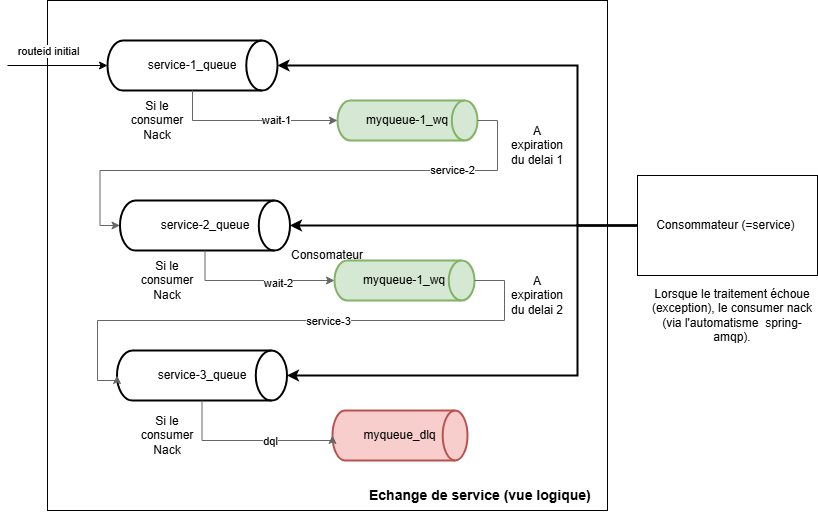
Earlier version of the draw.io export drawio/pattern_rabbit_retry.png (sarraz1/csau). Source tidied: cells renumbered, new cells last; positions are measured from the earlier drawing's top-left corner, leaving out a move shared by most shapes.
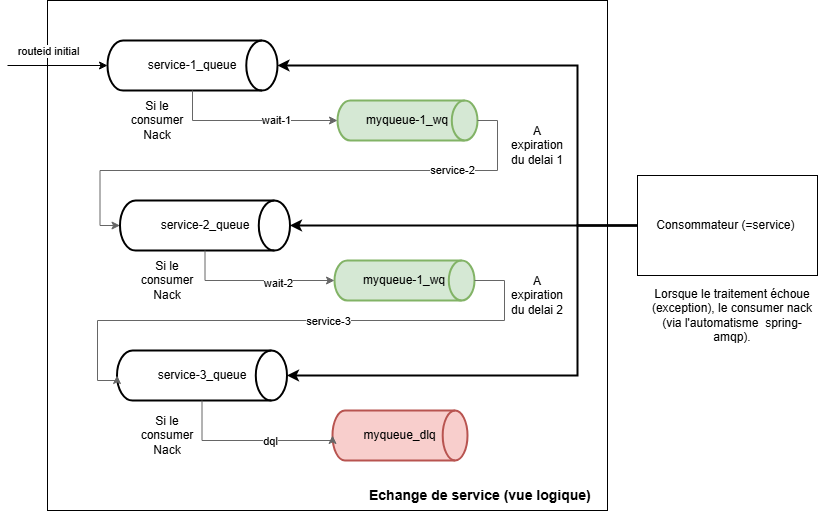
After the change.

Commit message:
Mettre à jour pattern_rabbit_retry.png

Diff of the diagram source:
```diff
@@ -2,7 +2,7 @@
   <root>
     <mxCell id="0" />
     <mxCell id="1" parent="0" />
-    <mxCell id="2" value="Consomateur" style="rounded=0;whiteSpace=wrap;html=1;" parent="1" vertex="1">
+    <mxCell id="2" style="rounded=0;whiteSpace=wrap;html=1;" parent="1" vertex="1">
       <mxGeometry x="40" width="560" height="510" as="geometry" />
     </mxCell>
     <mxCell id="3" style="edgeStyle=orthogonalEdgeStyle;rounded=0;jettySize=auto;html=1;strokeWidth=2;" parent="1" edge="1" source="4" target="7">
```
